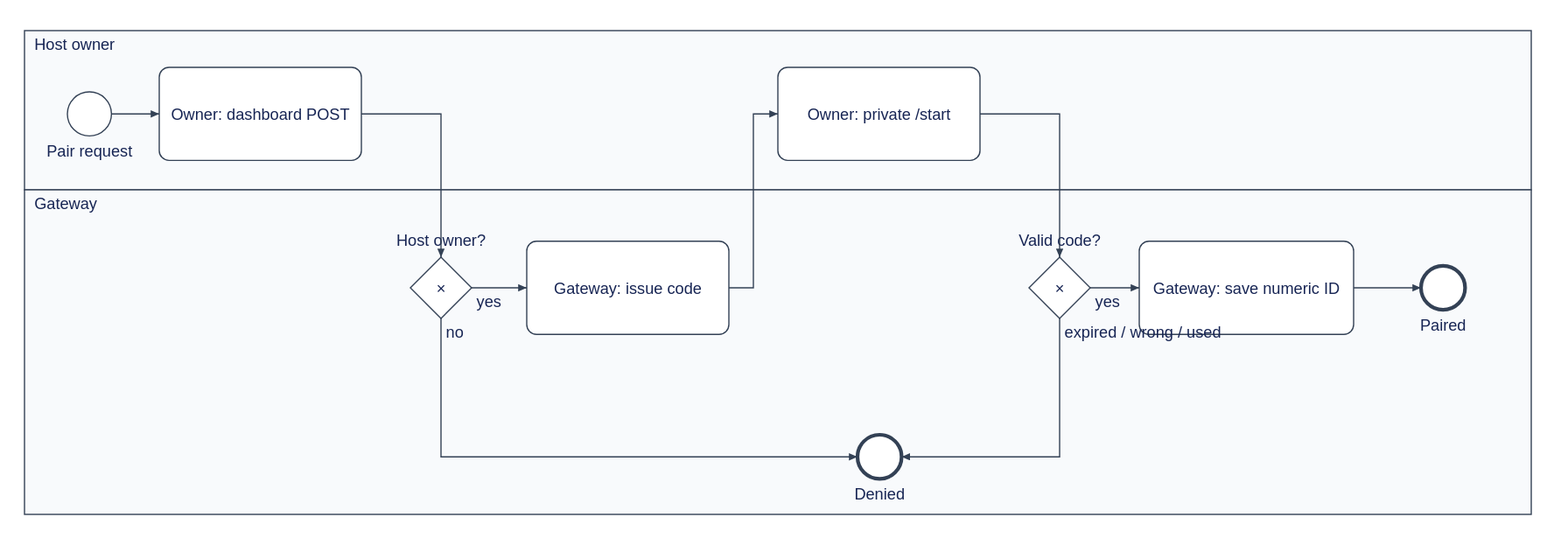
The BPMN diagram docs/architecture/max-owner.svg in kda7889/KiroCrew, before a commit. Its source is kept beside it as docs/architecture/max-owner.bpmn. Ids are renumbered. Its diagram source:
```xml
<bpmn:definitions xmlns:bpmn="http://www.omg.org/spec/BPMN/20100524/MODEL" xmlns:bpmndi="http://www.omg.org/spec/BPMN/20100524/DI" xmlns:dc="http://www.omg.org/spec/DD/20100524/DC" xmlns:di="http://www.omg.org/spec/DD/20100524/DI" id="MaxDefinitions" targetNamespace="https://kirocrew.dev/process/max">
  <bpmn:process id="MaxOwnerPairing" name="MAX owner pairing" isExecutable="false">
    <bpmn:documentation>Descriptive source implementation. Host owner issues a code through authenticated same-origin dashboard POST. TTL 300 seconds, five attempts, single use. First sender is never trusted. Atomic persistence precedes access. No live MAX demonstration or deployment is claimed. Work item it_fd9542a7; technical source work, no Plane card required.</bpmn:documentation>
    <bpmn:laneSet id="Roles">
      <bpmn:lane id="OwnerLane" name="Host owner"><bpmn:flowNodeRef>Start</bpmn:flowNodeRef><bpmn:flowNodeRef>Request</bpmn:flowNodeRef><bpmn:flowNodeRef>Present</bpmn:flowNodeRef></bpmn:lane>
      <bpmn:lane id="GatewayLane" name="Gateway"><bpmn:flowNodeRef>Host</bpmn:flowNodeRef><bpmn:flowNodeRef>Issue</bpmn:flowNodeRef><bpmn:flowNodeRef>Valid</bpmn:flowNodeRef><bpmn:flowNodeRef>Persist</bpmn:flowNodeRef><bpmn:flowNodeRef>Paired</bpmn:flowNodeRef><bpmn:flowNodeRef>Denied</bpmn:flowNodeRef></bpmn:lane>
    </bpmn:laneSet>
    <bpmn:startEvent id="Start" name="Pair request"/>
    <bpmn:userTask id="Request" name="Owner: dashboard POST"/>
    <bpmn:exclusiveGateway id="Host" name="Host owner?"/>
    <bpmn:serviceTask id="Issue" name="Gateway: issue code"/>
    <bpmn:userTask id="Present" name="Owner: private /start"/>
    <bpmn:exclusiveGateway id="Valid" name="Valid code?"/>
    <bpmn:serviceTask id="Persist" name="Gateway: save numeric ID"/>
    <bpmn:endEvent id="Paired" name="Paired"/>
    <bpmn:endEvent id="Denied" name="Denied"/>
    <bpmn:sequenceFlow id="F1" sourceRef="Start" targetRef="Request" name=""/>
    <bpmn:sequenceFlow id="F2" sourceRef="Request" targetRef="Host" name=""/>
    <bpmn:sequenceFlow id="F3" sourceRef="Host" targetRef="Issue" name="yes"/>
    <bpmn:sequenceFlow id="F4" sourceRef="Host" targetRef="Denied" name="no"/>
    <bpmn:sequenceFlow id="F5" sourceRef="Issue" targetRef="Present" name=""/>
    <bpmn:sequenceFlow id="F6" sourceRef="Present" targetRef="Valid" name=""/>
    <bpmn:sequenceFlow id="F7" sourceRef="Valid" targetRef="Persist" name="yes"/>
    <bpmn:sequenceFlow id="F8" sourceRef="Valid" targetRef="Denied" name="expired / wrong / used"/>
    <bpmn:sequenceFlow id="F9" sourceRef="Persist" targetRef="Paired" name=""/>
  </bpmn:process>
  <bpmndi:BPMNDiagram id="MaxDiagram"><bpmndi:BPMNPlane id="MaxPlane" bpmnElement="MaxOwnerPairing">
    <bpmndi:BPMNShape id="DI_OwnerLane" bpmnElement="OwnerLane" isHorizontal="true"><dc:Bounds x="20" y="25" width="1230" height="130"/></bpmndi:BPMNShape>
    <bpmndi:BPMNShape id="DI_GatewayLane" bpmnElement="GatewayLane" isHorizontal="true"><dc:Bounds x="20" y="155" width="1230" height="265"/></bpmndi:BPMNShape>
    <bpmndi:BPMNShape id="DI_Start" bpmnElement="Start"><dc:Bounds x="55" y="75" width="36" height="36"/></bpmndi:BPMNShape>
    <bpmndi:BPMNShape id="DI_Request" bpmnElement="Request"><dc:Bounds x="130" y="55" width="165" height="76"/></bpmndi:BPMNShape>
    <bpmndi:BPMNShape id="DI_Host" bpmnElement="Host"><dc:Bounds x="335" y="210" width="50" height="50"/></bpmndi:BPMNShape>
    <bpmndi:BPMNShape id="DI_Issue" bpmnElement="Issue"><dc:Bounds x="430" y="197" width="165" height="76"/></bpmndi:BPMNShape>
    <bpmndi:BPMNShape id="DI_Present" bpmnElement="Present"><dc:Bounds x="635" y="55" width="165" height="76"/></bpmndi:BPMNShape>
    <bpmndi:BPMNShape id="DI_Valid" bpmnElement="Valid"><dc:Bounds x="840" y="210" width="50" height="50"/></bpmndi:BPMNShape>
    <bpmndi:BPMNShape id="DI_Persist" bpmnElement="Persist"><dc:Bounds x="930" y="197" width="175" height="76"/></bpmndi:BPMNShape>
    <bpmndi:BPMNShape id="DI_Paired" bpmnElement="Paired"><dc:Bounds x="1160" y="217" width="36" height="36"/></bpmndi:BPMNShape>
    <bpmndi:BPMNShape id="DI_Denied" bpmnElement="Denied"><dc:Bounds x="700" y="355" width="36" height="36"/></bpmndi:BPMNShape>
    <bpmndi:BPMNEdge id="DI_F1" bpmnElement="F1"><di:waypoint x="91" y="93"/><di:waypoint x="130" y="93"/></bpmndi:BPMNEdge>
    <bpmndi:BPMNEdge id="DI_F2" bpmnElement="F2"><di:waypoint x="295" y="93"/><di:waypoint x="360" y="93"/><di:waypoint x="360" y="210"/></bpmndi:BPMNEdge>
    <bpmndi:BPMNEdge id="DI_F3" bpmnElement="F3"><di:waypoint x="385" y="235"/><di:waypoint x="430" y="235"/></bpmndi:BPMNEdge>
    <bpmndi:BPMNEdge id="DI_F4" bpmnElement="F4"><di:waypoint x="360" y="260"/><di:waypoint x="360" y="373"/><di:waypoint x="700" y="373"/></bpmndi:BPMNEdge>
    <bpmndi:BPMNEdge id="DI_F5" bpmnElement="F5"><di:waypoint x="595" y="235"/><di:waypoint x="615" y="235"/><di:waypoint x="615" y="93"/><di:waypoint x="635" y="93"/></bpmndi:BPMNEdge>
    <bpmndi:BPMNEdge id="DI_F6" bpmnElement="F6"><di:waypoint x="800" y="93"/><di:waypoint x="865" y="93"/><di:waypoint x="865" y="210"/></bpmndi:BPMNEdge>
    <bpmndi:BPMNEdge id="DI_F7" bpmnElement="F7"><di:waypoint x="890" y="235"/><di:waypoint x="930" y="235"/></bpmndi:BPMNEdge>
    <bpmndi:BPMNEdge id="DI_F8" bpmnElement="F8"><di:waypoint x="865" y="260"/><di:waypoint x="865" y="373"/><di:waypoint x="736" y="373"/></bpmndi:BPMNEdge>
    <bpmndi:BPMNEdge id="DI_F9" bpmnElement="F9"><di:waypoint x="1105" y="235"/><di:waypoint x="1160" y="235"/></bpmndi:BPMNEdge>
  </bpmndi:BPMNPlane></bpmndi:BPMNDiagram>
</bpmn:definitions>
```
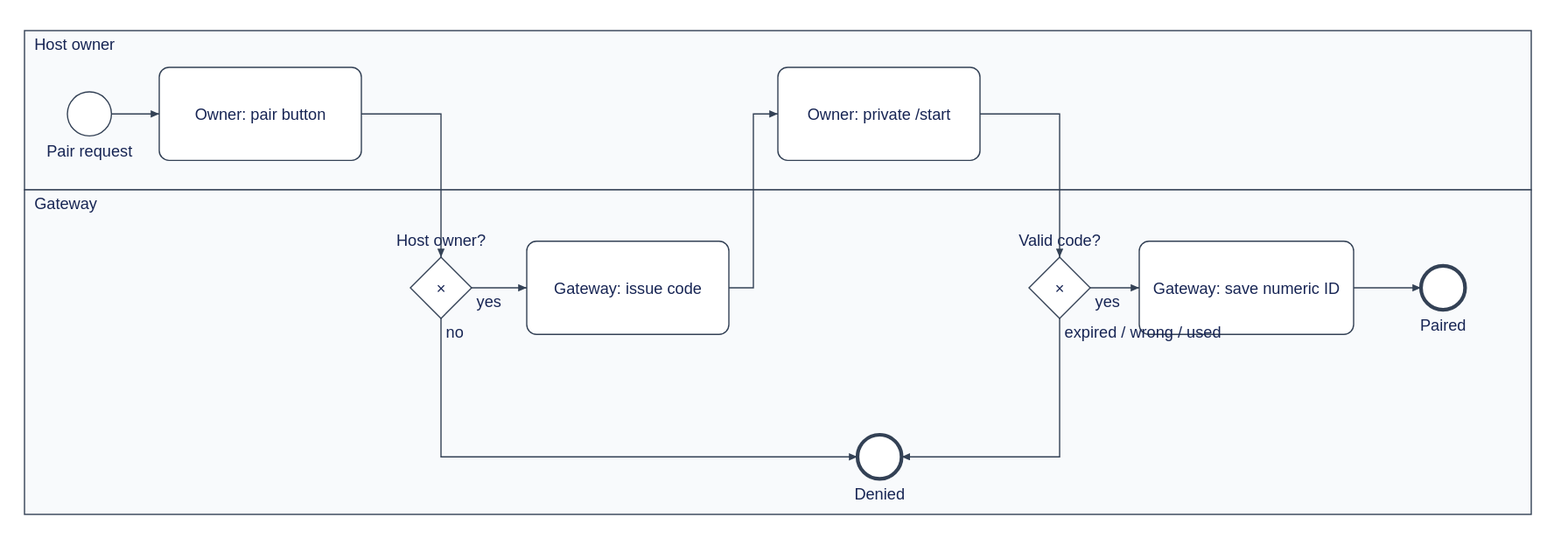
The same diagram one commit later.

What changed in the source:
```diff
@@ -6,7 +6,7 @@
       <bpmn:lane id="GatewayLane" name="Gateway"><bpmn:flowNodeRef>Host</bpmn:flowNodeRef><bpmn:flowNodeRef>Issue</bpmn:flowNodeRef><bpmn:flowNodeRef>Valid</bpmn:flowNodeRef><bpmn:flowNodeRef>Persist</bpmn:flowNodeRef><bpmn:flowNodeRef>Paired</bpmn:flowNodeRef><bpmn:flowNodeRef>Denied</bpmn:flowNodeRef></bpmn:lane>
     </bpmn:laneSet>
     <bpmn:startEvent id="Start" name="Pair request"/>
-    <bpmn:userTask id="Request" name="Owner: dashboard POST"/>
+    <bpmn:userTask id="Request" name="Owner: pair button"/>
     <bpmn:exclusiveGateway id="Host" name="Host owner?"/>
     <bpmn:serviceTask id="Issue" name="Gateway: issue code"/>
     <bpmn:userTask id="Present" name="Owner: private /start"/>
```
